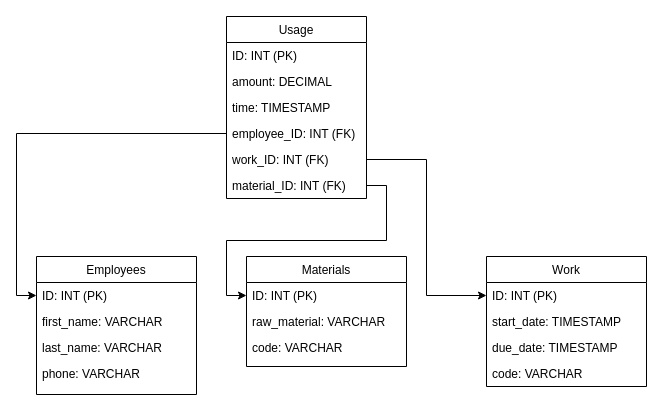
The draw.io diagram Untitled Diagram.drawio in samikojo/Forms_backend, before the edit. Source tidied: cells renumbered, new cells numbered last; positions are measured from the earlier drawing's top-left corner, leaving out a move shared by most shapes. Both pictures are drawn from the tidied source at 100%, with x=0, y=0 at pixel (36, 16).
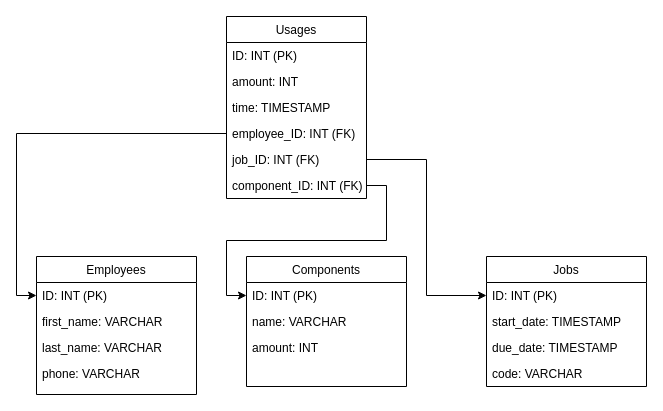
Above is the later version.

What changed in the source:
```diff
@@
-    <mxCell id="7" value="Work" style="swimlane;fontStyle=0;align=center;verticalAlign=top;horizontal=1;startSize=26;rounded=0;shadow=0;strokeWidth=1;" parent="1" vertex="1">
+    <mxCell id="7" value="Jobs" style="swimlane;fontStyle=0;align=center;verticalAlign=top;horizontal=1;startSize=26;rounded=0;shadow=0;strokeWidth=1;" parent="1" vertex="1">
       <mxGeometry x="450" y="240" width="160" height="130" as="geometry" />
     </mxCell>
@@
-    <mxCell id="12" value="Materials" style="swimlane;fontStyle=0;align=center;verticalAlign=top;horizontal=1;startSize=26;rounded=0;shadow=0;strokeWidth=1;" parent="1" vertex="1">
-      <mxGeometry x="210" y="240" width="160" height="110" as="geometry" />
+    <mxCell id="12" value="Components" style="swimlane;fontStyle=0;align=center;verticalAlign=top;horizontal=1;startSize=26;rounded=0;shadow=0;strokeWidth=1;" parent="1" vertex="1">
+      <mxGeometry x="210" y="240" width="160" height="130" as="geometry" />
     </mxCell>
@@
-    <mxCell id="14" value="raw_material: VARCHAR" style="text;align=left;verticalAlign=top;spacingLeft=4;spacingRight=4;overflow=hidden;rounded=0;shadow=0;html=0;" parent="12" vertex="1">
+    <mxCell id="14" value="name: VARCHAR" style="text;align=left;verticalAlign=top;spacingLeft=4;spacingRight=4;overflow=hidden;rounded=0;shadow=0;html=0;" parent="12" vertex="1">
       <mxGeometry y="52" width="160" height="26" as="geometry" />
     </mxCell>
-    <mxCell id="15" value="code: VARCHAR" style="text;align=left;verticalAlign=top;spacingLeft=4;spacingRight=4;overflow=hidden;rounded=0;shadow=0;html=0;" parent="12" vertex="1">
-      <mxGeometry y="78" width="160" height="26" as="geometry" />
-    </mxCell>
+    <mxCell id="26" value="amount: INT" style="text;align=left;verticalAlign=top;spacingLeft=4;spacingRight=4;overflow=hidden;rounded=0;shadow=0;html=0;" parent="12" vertex="1">
+      <mxGeometry y="78" width="160" height="26" as="geometry" />
+    </mxCell>
-    <mxCell id="16" value="Usage" style="swimlane;fontStyle=0;horizontal=1;startSize=26;fillColor=none;" parent="1" vertex="1">
+    <mxCell id="16" value="Usages" style="swimlane;fontStyle=0;horizontal=1;startSize=26;fillColor=none;" parent="1" vertex="1">
       <mxGeometry x="190" width="140" height="182" as="geometry" />
     </mxCell>
@@
-    <mxCell id="18" value="amount: DECIMAL" style="text;strokeColor=none;fillColor=none;align=left;verticalAlign=top;spacingLeft=4;spacingRight=4;overflow=hidden;" parent="16" vertex="1">
+    <mxCell id="18" value="amount: INT" style="text;strokeColor=none;fillColor=none;align=left;verticalAlign=top;spacingLeft=4;spacingRight=4;overflow=hidden;" parent="16" vertex="1">
       <mxGeometry y="52" width="140" height="26" as="geometry" />
     </mxCell>
@@
-    <mxCell id="21" value="work_ID: INT (FK)" style="text;strokeColor=none;fillColor=none;align=left;verticalAlign=top;spacingLeft=4;spacingRight=4;overflow=hidden;points=[[0,0.5],[1,0.5]];portConstraint=eastwest;" parent="16" vertex="1">
+    <mxCell id="21" value="job_ID: INT (FK)" style="text;strokeColor=none;fillColor=none;align=left;verticalAlign=top;spacingLeft=4;spacingRight=4;overflow=hidden;points=[[0,0.5],[1,0.5]];portConstraint=eastwest;" parent="16" vertex="1">
       <mxGeometry y="130" width="140" height="26" as="geometry" />
     </mxCell>
-    <mxCell id="22" value="material_ID: INT (FK)" style="text;strokeColor=none;fillColor=none;align=left;verticalAlign=top;spacingLeft=4;spacingRight=4;overflow=hidden;points=[[0,0.5],[1,0.5]];portConstraint=eastwest;" parent="16" vertex="1">
+    <mxCell id="22" value="component_ID: INT (FK)" style="text;strokeColor=none;fillColor=none;align=left;verticalAlign=top;spacingLeft=4;spacingRight=4;overflow=hidden;points=[[0,0.5],[1,0.5]];portConstraint=eastwest;" parent="16" vertex="1">
       <mxGeometry y="156" width="140" height="26" as="geometry" />
     </mxCell>
```
